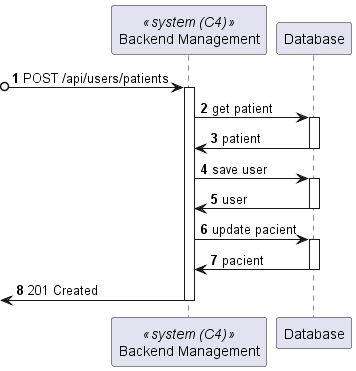
Lapr5G21/sem5pi-24-25-3ddg21 keeps this PlantUML diagram as docs/BackofficeUserRegister/views/level3/process-view1.png. Above is the earlier version.
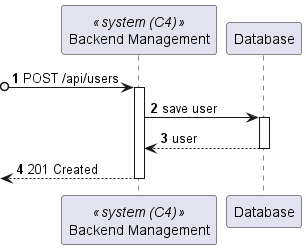
Above is the later version.

Commit message:
Register User Diagrams Update

Diff of the diagram source:
```diff
@@ -4,35 +4,19 @@
 participant BE as "Backend Management" <<system (C4)>>
 participant DB as "Database"
 
-?o-> BE : POST /api/users/patients
+?o-> BE : POST /api/users
+
 activate BE
-
-BE -> DB : get patient
-
-activate DB
-
-DB -> BE : patient
-
-deactivate DB
-
 
 BE -> DB : save user
 
 activate DB
 
-DB -> BE : user
+DB --> BE : user
 
 deactivate DB
 
-BE -> DB : update pacient
-
-activate DB
-
-DB -> BE : pacient
-
-deactivate DB
-
-<- BE : 201 Created
+<-- BE : 201 Created
 
 deactivate BE
 
```
